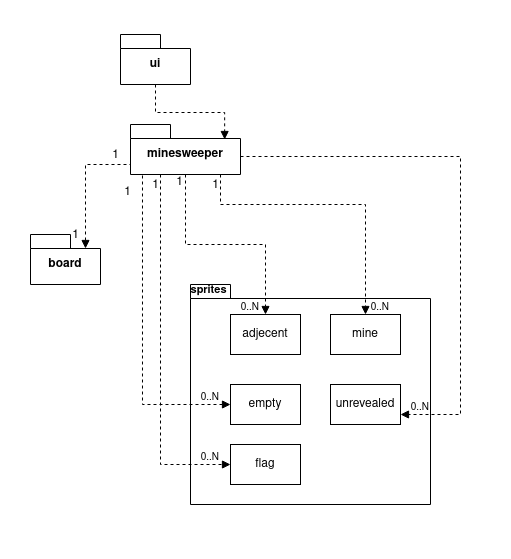
The draw.io diagram dokumentaatio/kuvat/arkkitehtuuri-pakkaus-luokat.png in xelmas/ot-miinaharava, before a commit. Source tidied: cells renumbered, new cells last; positions are measured from the earlier drawing's top-left corner, leaving out a move shared by most shapes.
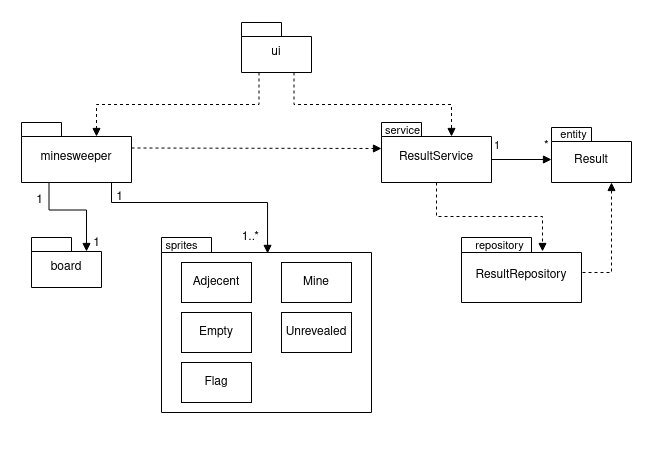
The same diagram one commit later.

Diff of the diagram source:
```diff
@@ -2,36 +2,30 @@
   <root>
     <mxCell id="0" />
     <mxCell id="1" parent="0" />
-    <mxCell id="2" value="ui" style="shape=folder;fontStyle=1;spacingTop=10;tabWidth=40;tabHeight=14;tabPosition=left;html=1;whiteSpace=wrap;" parent="1" vertex="1">
-      <mxGeometry x="120" y="30" width="70" height="50" as="geometry" />
+    <mxCell id="2" value="ui" style="shape=folder;fontStyle=0;spacingTop=10;tabWidth=40;tabHeight=14;tabPosition=left;html=1;whiteSpace=wrap;" parent="1" vertex="1">
+      <mxGeometry x="350" y="50" width="70" height="50" as="geometry" />
     </mxCell>
-    <mxCell id="3" value="minesweeper" style="shape=folder;fontStyle=1;spacingTop=10;tabWidth=40;tabHeight=14;tabPosition=left;html=1;whiteSpace=wrap;" parent="1" vertex="1">
-      <mxGeometry x="130" y="120" width="110" height="50" as="geometry" />
+    <mxCell id="3" value="minesweeper" style="shape=folder;fontStyle=0;spacingTop=10;tabWidth=40;tabHeight=14;tabPosition=left;html=1;whiteSpace=wrap;" parent="1" vertex="1">
+      <mxGeometry x="130" y="150" width="110" height="60" as="geometry" />
     </mxCell>
-    <mxCell id="4" style="shape=folder;fontStyle=1;spacingTop=10;tabWidth=40;tabHeight=14;tabPosition=left;html=1;whiteSpace=wrap;" parent="1" vertex="1">
-      <mxGeometry x="190" y="280" width="240" height="220" as="geometry" />
+    <mxCell id="4" style="shape=folder;fontStyle=1;spacingTop=10;tabWidth=50;tabHeight=15;tabPosition=left;html=1;whiteSpace=wrap;" parent="1" vertex="1">
+      <mxGeometry x="270" y="265" width="210" height="175" as="geometry" />
     </mxCell>
-    <mxCell id="5" value="board" style="shape=folder;fontStyle=1;spacingTop=10;tabWidth=40;tabHeight=14;tabPosition=left;html=1;whiteSpace=wrap;" parent="1" vertex="1">
-      <mxGeometry x="30" y="230" width="70" height="50" as="geometry" />
+    <mxCell id="5" value="board" style="shape=folder;fontStyle=0;spacingTop=10;tabWidth=40;tabHeight=14;tabPosition=left;html=1;whiteSpace=wrap;" parent="1" vertex="1">
+      <mxGeometry x="140" y="265" width="70" height="50" as="geometry" />
     </mxCell>
-    <mxCell id="6" value="dispatch" style="verticalAlign=bottom;endArrow=block;edgeStyle=elbowEdgeStyle;elbow=vertical;curved=0;rounded=0;fontColor=none;html=1;labelBackgroundColor=none;noLabel=1;dashed=1;entryX=0.856;entryY=0.3;entryDx=0;entryDy=0;entryPerimeter=0;" parent="1" edge="1" source="2" target="3">
+    <mxCell id="6" value="dispatch" style="verticalAlign=bottom;endArrow=block;edgeStyle=elbowEdgeStyle;elbow=vertical;curved=0;rounded=0;fontColor=none;html=1;labelBackgroundColor=none;noLabel=1;dashed=1;entryX=0;entryY=0;entryDx=75;entryDy=14;entryPerimeter=0;exitX=0.25;exitY=1;exitDx=0;exitDy=0;exitPerimeter=0;" parent="1" edge="1" source="2" target="3">
       <mxGeometry x="0.01" relative="1" as="geometry" />
     </mxCell>
-    <mxCell id="7" value="dispatch" style="verticalAlign=bottom;endArrow=block;edgeStyle=elbowEdgeStyle;elbow=vertical;curved=0;rounded=0;fontColor=none;html=1;labelBackgroundColor=none;noLabel=1;dashed=1;entryX=0;entryY=0;entryDx=55;entryDy=14;entryPerimeter=0;exitX=0;exitY=0;exitDx=0;exitDy=32;exitPerimeter=0;" parent="1" edge="1" source="3" target="5">
-      <mxGeometry x="0.01" relative="1" as="geometry">
-        <Array as="points">
-          <mxPoint x="100" y="160" />
-        </Array>
-      </mxGeometry>
-    </mxCell>
-    <mxCell id="8" value="dispatch" style="verticalAlign=bottom;endArrow=block;edgeStyle=elbowEdgeStyle;elbow=vertical;curved=0;rounded=0;fontColor=none;html=1;labelBackgroundColor=none;noLabel=1;dashed=1;entryX=0.5;entryY=0;entryDx=0;entryDy=0;" parent="1" edge="1" source="3" target="13">
-      <mxGeometry x="0.01" relative="1" as="geometry" />
+    <mxCell id="8" value="dispatch" style="verticalAlign=bottom;endArrow=block;edgeStyle=elbowEdgeStyle;elbow=vertical;curved=0;rounded=0;fontColor=none;html=1;labelBackgroundColor=none;noLabel=1;entryX=0.505;entryY=0.091;entryDx=0;entryDy=0;entryPerimeter=0;" parent="1" edge="1" source="3" target="4">
+      <mxGeometry x="0.01" relative="1" as="geometry">
+        <Array as="points">
+          <mxPoint x="220" y="230" />
+        </Array>
+      </mxGeometry>
     </mxCell>
-    <mxCell id="9" value="&lt;div&gt;&amp;nbsp;&lt;/div&gt;&lt;div&gt;&lt;br&gt;&lt;/div&gt;" style="text;html=1;strokeColor=none;fillColor=none;align=center;verticalAlign=middle;whiteSpace=wrap;rounded=0;" parent="1" vertex="1">
-      <mxGeometry x="280" y="190" width="20" height="20" as="geometry" />
-    </mxCell>
     <mxCell id="10" value="&lt;div&gt;&amp;nbsp;&lt;/div&gt;&lt;div&gt;&lt;br&gt;&lt;/div&gt;" style="text;html=1;strokeColor=none;fillColor=none;align=center;verticalAlign=middle;whiteSpace=wrap;rounded=0;" parent="1" vertex="1">
-      <mxGeometry x="40" y="190" width="20" height="20" as="geometry" />
+      <mxGeometry x="110" y="165" height="20" as="geometry" />
     </mxCell>
     <mxCell id="11" value="&lt;div&gt;&amp;nbsp;&lt;/div&gt;&lt;div&gt;&lt;br&gt;&lt;/div&gt;" style="text;html=1;strokeColor=none;fillColor=none;align=center;verticalAlign=middle;whiteSpace=wrap;rounded=0;" parent="1" vertex="1">
       <mxGeometry x="170" y="350" width="20" height="20" as="geometry" />
@@ -39,104 +33,106 @@
     <mxCell id="12" value="&lt;div&gt;&amp;nbsp;&lt;/div&gt;&lt;div&gt;&lt;br&gt;&lt;/div&gt;" style="text;html=1;strokeColor=none;fillColor=none;align=center;verticalAlign=middle;whiteSpace=wrap;rounded=0;" parent="1" vertex="1">
       <mxGeometry x="130" y="40" width="20" height="20" as="geometry" />
     </mxCell>
-    <mxCell id="13" value="adjecent" style="html=1;whiteSpace=wrap;" parent="1" vertex="1">
-      <mxGeometry x="230" y="310" width="70" height="40" as="geometry" />
+    <mxCell id="13" value="Adjecent" style="html=1;whiteSpace=wrap;" parent="1" vertex="1">
+      <mxGeometry x="290" y="290" width="70" height="40" as="geometry" />
     </mxCell>
-    <mxCell id="14" value="mine" style="html=1;whiteSpace=wrap;" parent="1" vertex="1">
-      <mxGeometry x="330" y="310" width="70" height="40" as="geometry" />
+    <mxCell id="14" value="Mine" style="html=1;whiteSpace=wrap;" parent="1" vertex="1">
+      <mxGeometry x="390" y="290" width="70" height="40" as="geometry" />
     </mxCell>
-    <mxCell id="15" value="&lt;div&gt;empty&lt;/div&gt;" style="html=1;whiteSpace=wrap;" parent="1" vertex="1">
-      <mxGeometry x="230" y="380" width="70" height="40" as="geometry" />
+    <mxCell id="15" value="&lt;div&gt;Empty&lt;/div&gt;" style="html=1;whiteSpace=wrap;" parent="1" vertex="1">
+      <mxGeometry x="290" y="340" width="70" height="40" as="geometry" />
     </mxCell>
-    <mxCell id="16" value="flag" style="html=1;whiteSpace=wrap;" parent="1" vertex="1">
-      <mxGeometry x="230" y="440" width="70" height="40" as="geometry" />
+    <mxCell id="16" value="Flag" style="html=1;whiteSpace=wrap;" parent="1" vertex="1">
+      <mxGeometry x="290" y="390" width="70" height="40" as="geometry" />
     </mxCell>
-    <mxCell id="17" value="unrevealed" style="html=1;whiteSpace=wrap;" parent="1" vertex="1">
-      <mxGeometry x="330" y="380" width="70" height="40" as="geometry" />
+    <mxCell id="17" value="Unrevealed" style="html=1;whiteSpace=wrap;" parent="1" vertex="1">
+      <mxGeometry x="390" y="340" width="70" height="40" as="geometry" />
     </mxCell>
-    <mxCell id="18" value="dispatch" style="verticalAlign=bottom;endArrow=block;edgeStyle=elbowEdgeStyle;elbow=vertical;curved=0;rounded=0;fontColor=none;html=1;labelBackgroundColor=none;noLabel=1;dashed=1;entryX=0.5;entryY=0;entryDx=0;entryDy=0;" parent="1" edge="1" target="14">
-      <mxGeometry x="0.01" relative="1" as="geometry">
-        <mxPoint x="220" y="170" as="sourcePoint" />
-        <Array as="points">
-          <mxPoint x="270" y="200" />
-          <mxPoint x="270" y="150" />
-        </Array>
-      </mxGeometry>
-    </mxCell>
-    <mxCell id="19" value="dispatch" style="verticalAlign=bottom;endArrow=block;edgeStyle=elbowEdgeStyle;elbow=vertical;curved=0;rounded=0;fontColor=none;html=1;labelBackgroundColor=none;noLabel=1;dashed=1;exitX=0.109;exitY=1.02;exitDx=0;exitDy=0;exitPerimeter=0;entryX=0;entryY=0.5;entryDx=0;entryDy=0;" parent="1" edge="1" source="3" target="15">
-      <mxGeometry x="0.01" relative="1" as="geometry">
-        <Array as="points">
-          <mxPoint x="150" y="400" />
-        </Array>
-      </mxGeometry>
-    </mxCell>
-    <mxCell id="20" value="dispatch" style="verticalAlign=bottom;endArrow=block;edgeStyle=elbowEdgeStyle;elbow=vertical;curved=0;rounded=0;fontColor=none;html=1;labelBackgroundColor=none;noLabel=1;dashed=1;entryX=0;entryY=0.5;entryDx=0;entryDy=0;" parent="1" edge="1" source="3" target="16">
-      <mxGeometry x="0.01" relative="1" as="geometry">
-        <Array as="points">
-          <mxPoint x="160" y="460" />
-        </Array>
-      </mxGeometry>
-    </mxCell>
-    <mxCell id="21" value="dispatch" style="verticalAlign=bottom;endArrow=block;edgeStyle=elbowEdgeStyle;elbow=vertical;curved=0;rounded=0;fontColor=none;html=1;labelBackgroundColor=none;noLabel=1;dashed=1;exitX=0;exitY=0;exitDx=110;exitDy=32;exitPerimeter=0;entryX=1;entryY=0.75;entryDx=0;entryDy=0;" parent="1" edge="1" source="3" target="17">
-      <mxGeometry x="0.01" relative="1" as="geometry">
-        <Array as="points">
-          <mxPoint x="460" y="230" />
-          <mxPoint x="280" y="210" />
-          <mxPoint x="280" y="160" />
-        </Array>
-      </mxGeometry>
-    </mxCell>
-    <mxCell id="22" value="sprites" style="text;align=center;fontStyle=1;verticalAlign=middle;spacingLeft=3;spacingRight=3;strokeColor=none;html=1;fontSize=11;" parent="1" vertex="1">
-      <mxGeometry x="185" y="280" width="45" height="10" as="geometry" />
+    <mxCell id="22" value="sprites" style="text;align=center;fontStyle=0;verticalAlign=middle;spacingLeft=3;spacingRight=3;strokeColor=none;html=1;fontSize=11;" parent="1" vertex="1">
+      <mxGeometry x="270" y="262.5" width="40" height="20" as="geometry" />
     </mxCell>
     <mxCell id="23" value="1" style="html=1;whiteSpace=wrap;align=right;verticalAlign=bottom;" parent="1" vertex="1">
-      <mxGeometry x="120" y="160" as="geometry" />
+      <mxGeometry x="150" y="210" as="geometry">
+        <mxPoint x="3" y="27" as="offset" />
+      </mxGeometry>
     </mxCell>
     <mxCell id="24" value="1" style="html=1;whiteSpace=wrap;align=right;verticalAlign=bottom;" parent="1" vertex="1">
-      <mxGeometry x="80" y="240" as="geometry" />
+      <mxGeometry x="210" y="280" as="geometry" />
     </mxCell>
-    <mxCell id="25" value="1" style="html=1;whiteSpace=wrap;align=right;verticalAlign=bottom;" parent="1" vertex="1">
-      <mxGeometry x="160" y="190" as="geometry" />
+    <mxCell id="25" style="html=1;whiteSpace=wrap;align=right;verticalAlign=bottom;" parent="1" vertex="1">
+      <mxGeometry x="160" y="230" as="geometry" />
     </mxCell>
-    <mxCell id="26" value="0..N" style="html=1;whiteSpace=wrap;align=right;verticalAlign=bottom;fontSize=10;" parent="1" vertex="1">
-      <mxGeometry x="260" y="310" as="geometry" />
+    <mxCell id="26" value="1..*" style="html=1;whiteSpace=wrap;align=right;verticalAlign=bottom;fontSize=12;" parent="1" vertex="1">
+      <mxGeometry x="600" y="400" as="geometry">
+        <mxPoint x="-231" y="-126" as="offset" />
+      </mxGeometry>
     </mxCell>
-    <mxCell id="27" value="0..N" style="html=1;whiteSpace=wrap;align=right;verticalAlign=bottom;fontSize=10;" parent="1" vertex="1">
-      <mxGeometry x="390" y="310" as="geometry" />
-    </mxCell>
-    <mxCell id="28" value="0..N" style="html=1;whiteSpace=wrap;align=right;verticalAlign=bottom;fontSize=10;" parent="1" vertex="1">
-      <mxGeometry x="430" y="410" as="geometry" />
-    </mxCell>
-    <mxCell id="29" value="0..N" style="html=1;whiteSpace=wrap;align=right;verticalAlign=bottom;fontSize=10;" parent="1" vertex="1">
-      <mxGeometry x="220" y="400" as="geometry" />
-    </mxCell>
-    <mxCell id="30" value="0..N" style="html=1;whiteSpace=wrap;align=right;verticalAlign=bottom;fontSize=10;" parent="1" vertex="1">
-      <mxGeometry x="220" y="460" as="geometry" />
-    </mxCell>
-    <mxCell id="31" value="1" style="html=1;whiteSpace=wrap;align=right;verticalAlign=bottom;" parent="1" vertex="1">
-      <mxGeometry x="200" y="600" as="geometry">
-        <mxPoint x="-68" y="-403" as="offset" />
-      </mxGeometry>
-    </mxCell>
-    <mxCell id="32" value="1" style="html=1;whiteSpace=wrap;align=right;verticalAlign=bottom;" parent="1" vertex="1">
-      <mxGeometry x="207.5" y="600" as="geometry">
-        <mxPoint x="-24" y="-413" as="offset" />
-      </mxGeometry>
-    </mxCell>
-    <mxCell id="33" value="1" style="html=1;whiteSpace=wrap;align=right;verticalAlign=bottom;" parent="1" vertex="1">
-      <mxGeometry x="220" y="190" as="geometry" />
-    </mxCell>
     <mxCell id="34" value="&lt;div&gt;&amp;nbsp;&lt;/div&gt;&lt;div&gt;&lt;br&gt;&lt;/div&gt;" style="text;html=1;strokeColor=none;fillColor=none;align=center;verticalAlign=middle;whiteSpace=wrap;rounded=0;" parent="1" vertex="1">
-      <mxGeometry x="290" y="530" width="20" height="20" as="geometry" />
+      <mxGeometry x="315" y="460" width="20" height="20" as="geometry" />
     </mxCell>
     <mxCell id="35" value="&lt;div&gt;&amp;nbsp;&lt;/div&gt;&lt;div&gt;&lt;br&gt;&lt;/div&gt;" style="text;html=1;strokeColor=none;fillColor=none;align=center;verticalAlign=middle;whiteSpace=wrap;rounded=0;" parent="1" vertex="1">
       <mxGeometry x="490" y="280" width="20" height="20" as="geometry" />
     </mxCell>
-    <mxCell id="36" value="&lt;div&gt;&amp;nbsp;&lt;/div&gt;&lt;div&gt;&lt;br&gt;&lt;/div&gt;" style="text;html=1;strokeColor=none;fillColor=none;align=center;verticalAlign=middle;whiteSpace=wrap;rounded=0;" parent="1" vertex="1">
-      <mxGeometry y="240" width="20" height="20" as="geometry" />
-    </mxCell>
-    <mxCell id="37" value="&lt;div&gt;&amp;nbsp;&lt;/div&gt;&lt;div&gt;&lt;br&gt;&lt;/div&gt;" style="text;html=1;strokeColor=none;fillColor=none;align=center;verticalAlign=middle;whiteSpace=wrap;rounded=0;" parent="1" vertex="1">
-      <mxGeometry x="130" width="20" height="20" as="geometry" />
-    </mxCell>
+    <mxCell id="38" value="Result" style="shape=folder;fontStyle=0;spacingTop=10;tabWidth=40;tabHeight=14;tabPosition=left;html=1;whiteSpace=wrap;" parent="1" vertex="1">
+      <mxGeometry x="660" y="155" width="80" height="55" as="geometry" />
+    </mxCell>
+    <mxCell id="39" value="ResultService" style="shape=folder;fontStyle=0;spacingTop=10;tabWidth=40;tabHeight=14;tabPosition=left;html=1;whiteSpace=wrap;" parent="1" vertex="1">
+      <mxGeometry x="490" y="150" width="110" height="60" as="geometry" />
+    </mxCell>
+    <mxCell id="40" value="dispatch" style="verticalAlign=bottom;endArrow=block;edgeStyle=elbowEdgeStyle;elbow=vertical;curved=0;rounded=0;fontColor=none;html=1;labelBackgroundColor=none;noLabel=1;dashed=1;exitX=0.75;exitY=1;exitDx=0;exitDy=0;exitPerimeter=0;entryX=0;entryY=0;entryDx=70;entryDy=14;entryPerimeter=0;" parent="1" edge="1" source="2" target="39">
+      <mxGeometry x="0.01" relative="1" as="geometry" />
+    </mxCell>
+    <mxCell id="41" value="&lt;div&gt;1&lt;/div&gt;" style="endArrow=block;endFill=1;html=1;align=left;verticalAlign=top;rounded=0;exitX=0;exitY=0;exitDx=110;exitDy=37;exitPerimeter=0;" parent="1" edge="1" source="39">
+      <mxGeometry x="-0.97" y="27" relative="1" as="geometry">
+        <mxPoint x="660" y="187" as="targetPoint" />
+      </mxGeometry>
+    </mxCell>
+    <mxCell id="42" value="*" style="edgeLabel;html=1;align=left;verticalAlign=bottom;fontSize=12;" parent="41" vertex="1">
+      <mxGeometry x="-1" relative="1" as="geometry">
+        <mxPoint x="51" y="-4" as="offset" />
+      </mxGeometry>
+    </mxCell>
+    <mxCell id="43" value="service" style="text;align=center;fontStyle=0;verticalAlign=middle;spacingLeft=3;spacingRight=3;strokeColor=none;html=1;fontSize=11;" parent="1" vertex="1">
+      <mxGeometry x="490" y="150" width="42" height="16" as="geometry" />
+    </mxCell>
+    <mxCell id="44" value="entity" style="text;align=center;fontStyle=0;verticalAlign=middle;spacingLeft=3;spacingRight=3;strokeColor=none;html=1;fontSize=11;" parent="1" vertex="1">
+      <mxGeometry x="662" y="155" width="40" height="14" as="geometry" />
+    </mxCell>
+    <mxCell id="45" value="ResultRepository" style="shape=folder;fontStyle=0;spacingTop=10;tabWidth=70;tabHeight=15;tabPosition=left;html=1;whiteSpace=wrap;" parent="1" vertex="1">
+      <mxGeometry x="570" y="265" width="120" height="65" as="geometry" />
+    </mxCell>
+    <mxCell id="46" value="repository" style="text;align=center;fontStyle=0;verticalAlign=middle;spacingLeft=3;spacingRight=3;strokeColor=none;html=1;fontSize=11;" parent="1" vertex="1">
+      <mxGeometry x="563" y="272" width="90" as="geometry" />
+    </mxCell>
+    <mxCell id="47" value="dispatch" style="verticalAlign=bottom;endArrow=block;edgeStyle=elbowEdgeStyle;elbow=vertical;curved=0;rounded=0;fontColor=none;html=1;labelBackgroundColor=none;noLabel=1;dashed=1;exitX=0.5;exitY=1;exitDx=0;exitDy=0;exitPerimeter=0;entryX=0.675;entryY=0.215;entryDx=0;entryDy=0;entryPerimeter=0;" parent="1" edge="1" source="39" target="45">
+      <mxGeometry x="0.01" relative="1" as="geometry" />
+    </mxCell>
+    <mxCell id="48" value="dispatch" style="verticalAlign=bottom;endArrow=block;edgeStyle=elbowEdgeStyle;elbow=vertical;curved=0;rounded=0;fontColor=none;html=1;labelBackgroundColor=none;noLabel=1;dashed=1;exitX=0;exitY=0;exitDx=120;exitDy=40;exitPerimeter=0;entryX=0.75;entryY=1;entryDx=0;entryDy=0;entryPerimeter=0;" parent="1" edge="1" source="45" target="38">
+      <mxGeometry x="0.01" relative="1" as="geometry">
+        <Array as="points">
+          <mxPoint x="730" y="300" />
+        </Array>
+      </mxGeometry>
+    </mxCell>
+    <mxCell id="49" value="dispatch" style="verticalAlign=bottom;endArrow=block;edgeStyle=elbowEdgeStyle;elbow=vertical;curved=0;rounded=0;fontColor=none;html=1;labelBackgroundColor=none;noLabel=1;dashed=1;exitX=0;exitY=0;exitDx=110;exitDy=25.5;exitPerimeter=0;entryX=0;entryY=0;entryDx=0;entryDy=25.5;entryPerimeter=0;" parent="1" edge="1" source="3" target="39">
+      <mxGeometry x="0.01" relative="1" as="geometry" />
+    </mxCell>
+    <mxCell id="50" value="&amp;nbsp;" style="text;html=1;strokeColor=none;fillColor=none;align=center;verticalAlign=middle;whiteSpace=wrap;rounded=0;" parent="1" vertex="1">
+      <mxGeometry x="360" y="450" width="30" height="10" as="geometry" />
+    </mxCell>
+    <mxCell id="51" value="&amp;nbsp;" style="text;html=1;strokeColor=none;fillColor=none;align=center;verticalAlign=middle;whiteSpace=wrap;rounded=0;" parent="1" vertex="1">
+      <mxGeometry x="750" y="169" width="10" height="21" as="geometry" />
+    </mxCell>
+    <mxCell id="7" value="dispatch" style="verticalAlign=bottom;endArrow=block;elbow=vertical;rounded=0;fontColor=none;html=1;labelBackgroundColor=none;noLabel=1;exitX=0.25;exitY=1;exitDx=0;exitDy=0;exitPerimeter=0;entryX=0;entryY=0;entryDx=55;entryDy=14;entryPerimeter=0;edgeStyle=orthogonalEdgeStyle;" parent="1" edge="1" source="3" target="5">
+      <mxGeometry x="0.01" relative="1" as="geometry" />
+    </mxCell>
+    <mxCell id="52" value="1" style="html=1;whiteSpace=wrap;align=right;verticalAlign=bottom;" parent="1" vertex="1">
+      <mxGeometry x="160" y="210" as="geometry">
+        <mxPoint x="73" y="24" as="offset" />
+      </mxGeometry>
+    </mxCell>
+    <mxCell id="53" value="&amp;nbsp;" style="text;html=1;strokeColor=none;fillColor=none;align=center;verticalAlign=middle;whiteSpace=wrap;rounded=0;" parent="1" vertex="1">
+      <mxGeometry x="370" y="30" width="50" height="10" as="geometry" />
+    </mxCell>
   </root>
 </mxGraphModel>
```
